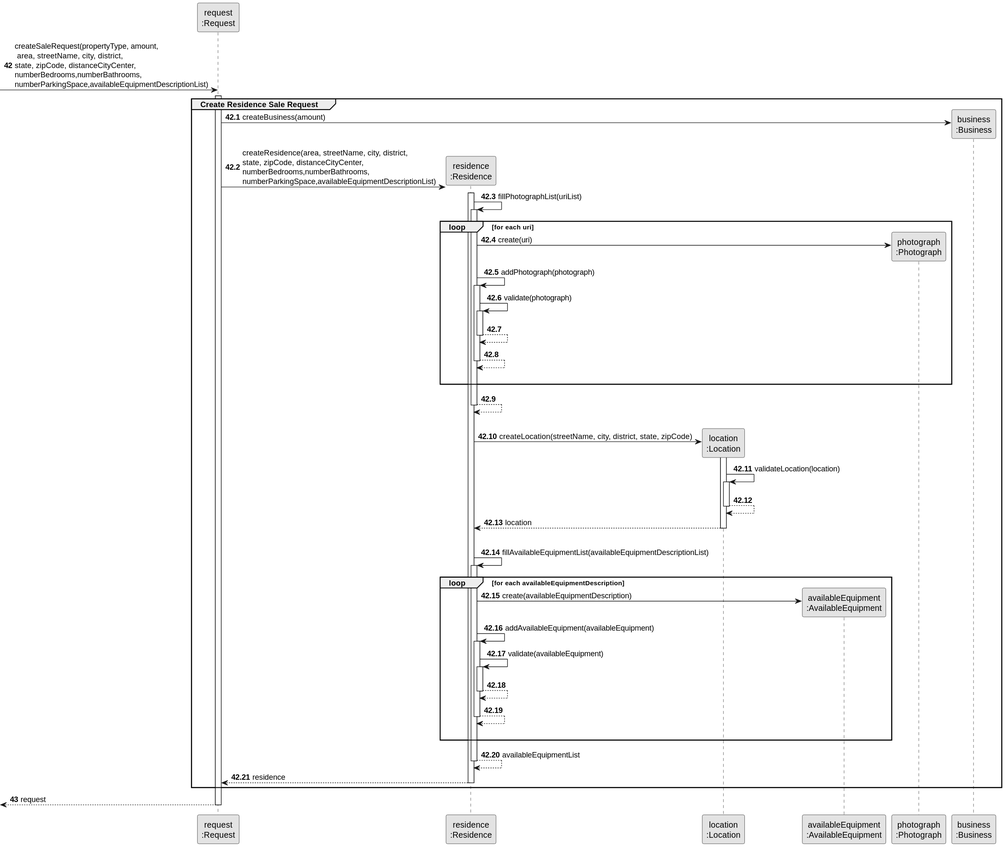
Earlier version of the PlantUML export docs/sprintD/us002/03.design/svg/us002-sequence-diagram-partial-create-residence-sale-request.svg (rita-barbosa/LAPR2-2223). Source of this version:
```plantuml
@startuml
skinparam monochrome true
skinparam packageStyle rectangle
skinparam shadowing false


participant "request\n:Request" as REQUEST
participant "residence\n:Residence" as RESIDENCE
participant "property\n:Property" as RESIDENCE
participant "location\n:Location" as LOCATION
participant "availableEquipment\n:AvailableEquipment" as AEQUIP
participant "photograph\n:Photograph" as PHOTO
participant "business\n:Business" as BUSINESS


autonumber 42


        -> REQUEST **: createSaleRequest(propertyType, amount,\n area, streetName, city, district,\nstate, zipCode, distanceCityCenter,\nnumberBedrooms,numberBathrooms,\nnumberParkingSpace,availableEquipmentDescriptionList)
            activate REQUEST

autonumber 42.1

    group Create Residence Sale Request

           REQUEST -> BUSINESS** : createBusiness(amount)

            REQUEST -> RESIDENCE** : createResidence(area, streetName, city, district,\nstate, zipCode, distanceCityCenter,\nnumberBedrooms,numberBathrooms,\nnumberParkingSpace,availableEquipmentDescriptionList)
              activate RESIDENCE


                RESIDENCE -> RESIDENCE: fillPhotographList(uriList)
                activate RESIDENCE

                loop for each uri

                RESIDENCE -> PHOTO**: create(uri)

                RESIDENCE -> RESIDENCE: addPhotograph(photograph)
                activate RESIDENCE

                RESIDENCE -> RESIDENCE: validate(photograph)
                activate RESIDENCE

                RESIDENCE --> RESIDENCE:
                deactivate RESIDENCE

                RESIDENCE --> RESIDENCE:
                deactivate RESIDENCE
                |||
                end loop

                RESIDENCE --> RESIDENCE:
                deactivate RESIDENCE


                |||
                RESIDENCE -> LOCATION** : createLocation(streetName, city, district, state, zipCode)
                activate LOCATION

                LOCATION -> LOCATION : validateLocation(location)
                activate LOCATION

                LOCATION--> LOCATION
                deactivate LOCATION

                LOCATION --> RESIDENCE : location
                deactivate LOCATION
                |||
                RESIDENCE -> RESIDENCE : fillAvailableEquipmentList(availableEquipmentDescriptionList)
                activate RESIDENCE

               loop for each availableEquipmentDescription

               RESIDENCE -> AEQUIP**: create(availableEquipmentDescription)

               RESIDENCE -> RESIDENCE : addAvailableEquipment(availableEquipment)
               activate RESIDENCE

               RESIDENCE -> RESIDENCE : validate(availableEquipment)
               activate RESIDENCE

               RESIDENCE --> RESIDENCE :
               deactivate RESIDENCE

               RESIDENCE --> RESIDENCE :
               deactivate RESIDENCE
              |||
              end loop

            RESIDENCE --> RESIDENCE : availableEquipmentList
            deactivate RESIDENCE

            RESIDENCE --> REQUEST: residence
            deactivate RESIDENCE





      end group

autonumber 43
        <--REQUEST : request
                       deactivate REQUEST
@enduml
```
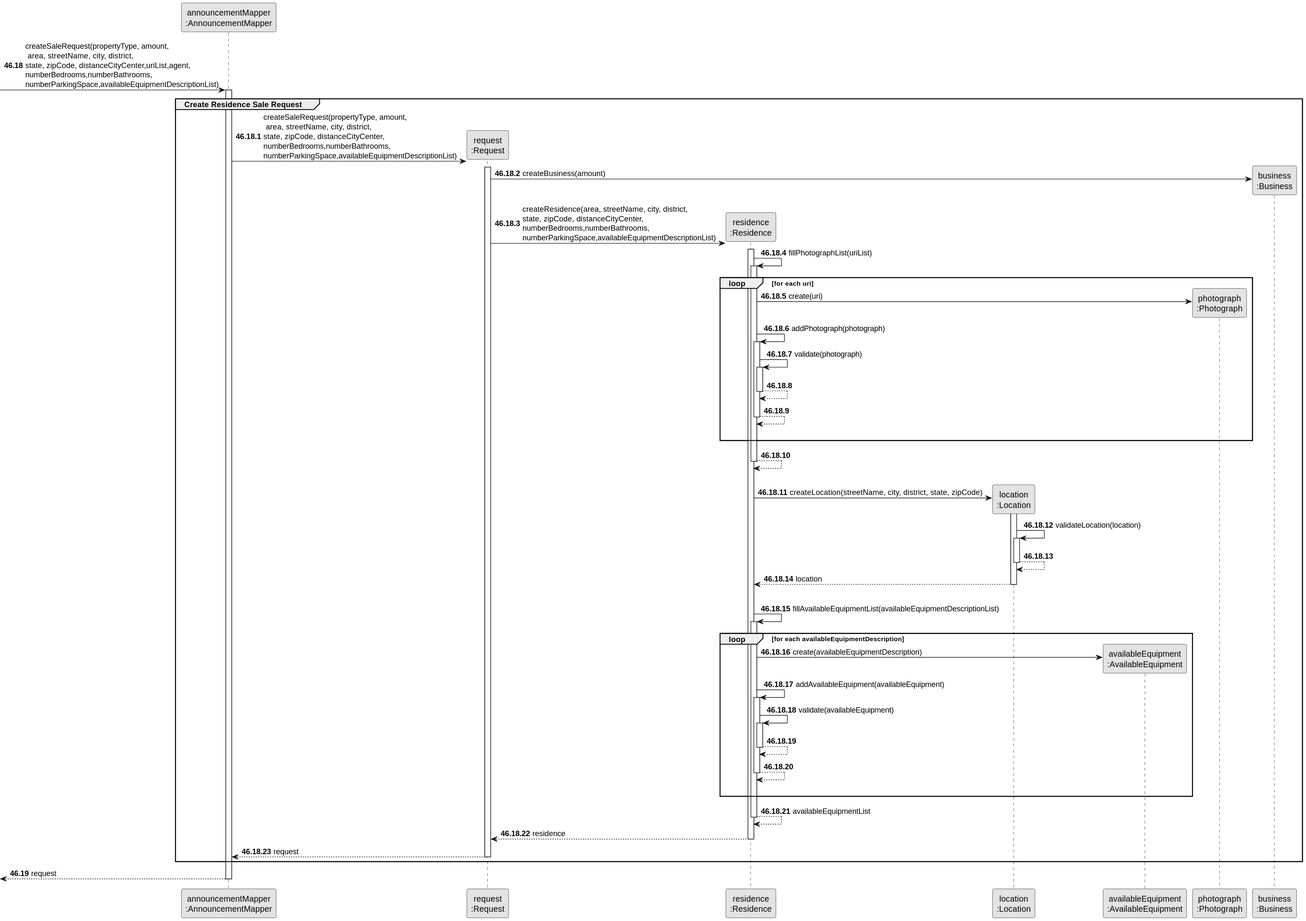
Later version of the same file.

Diff of the diagram source:
```diff
@@ -3,7 +3,7 @@
 skinparam packageStyle rectangle
 skinparam shadowing false
 
-
+participant "announcementMapper\n:AnnouncementMapper" as MAPPER
 participant "request\n:Request" as REQUEST
 participant "residence\n:Residence" as RESIDENCE
 participant "property\n:Property" as RESIDENCE
@@ -13,15 +13,17 @@
 participant "business\n:Business" as BUSINESS
 
 
-autonumber 42
+autonumber 46.18
 
+-> MAPPER: createSaleRequest(propertyType, amount,\n area, streetName, city, district,\nstate, zipCode, distanceCityCenter,uriList,agent,\nnumberBedrooms,numberBathrooms,\nnumberParkingSpace,availableEquipmentDescriptionList)
+            activate MAPPER
 
-        -> REQUEST **: createSaleRequest(propertyType, amount,\n area, streetName, city, district,\nstate, zipCode, distanceCityCenter,\nnumberBedrooms,numberBathrooms,\nnumberParkingSpace,availableEquipmentDescriptionList)
-            activate REQUEST
-
-autonumber 42.1
+autonumber 46.18.1
 
     group Create Residence Sale Request
+
+            MAPPER  -> REQUEST **: createSaleRequest(propertyType, amount,\n area, streetName, city, district,\nstate, zipCode, distanceCityCenter,\nnumberBedrooms,numberBathrooms,\nnumberParkingSpace,availableEquipmentDescriptionList)
+            activate REQUEST
 
            REQUEST -> BUSINESS** : createBusiness(amount)
 
@@ -94,13 +96,15 @@
             RESIDENCE --> REQUEST: residence
             deactivate RESIDENCE
 
-
+REQUEST --> MAPPER : request
+       deactivate REQUEST
 
 
 
       end group
 
-autonumber 43
-        <--REQUEST : request
-                       deactivate REQUEST
+autonumber 46.19
+
+ <--  MAPPER : request
+      deactivate MAPPER
 @enduml
```
